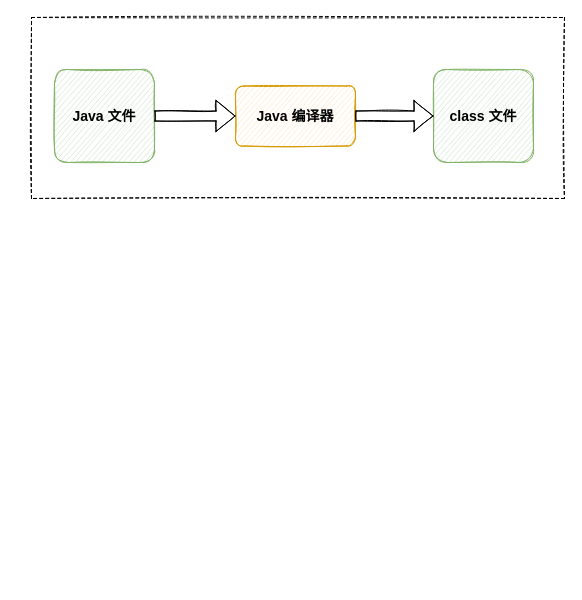
This is 类加载过程.drawio from LIULE8/drawio-store, a draw.io file, before an edit. Source tidied: cells renumbered, new cells numbered last; positions are measured from the earlier drawing's top-left corner, leaving out a move shared by most shapes. Both pictures are drawn from the tidied source at 100%, with x=0, y=0 at pixel (31, 17).
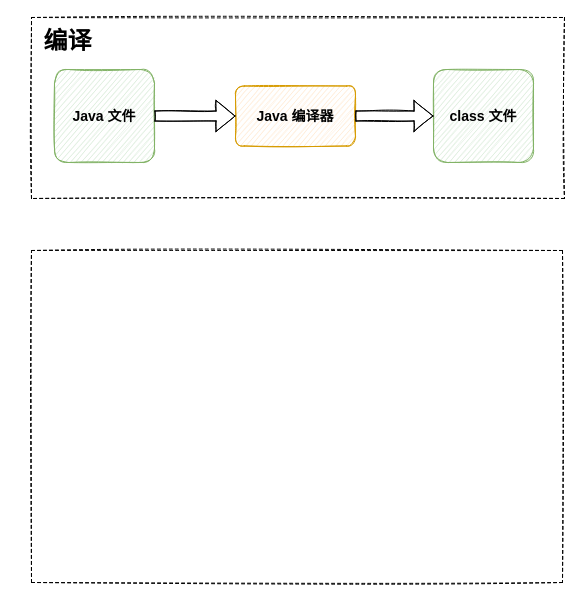
The same diagram, later.

Commit message:
更新类加载过程.drawio

The edit, as a diff of the source:
```diff
@@
 <mxGraphModel>
   <root>
     <mxCell id="0" />
     <mxCell id="1" parent="0" />
     <mxCell id="2" style="rounded=0;whiteSpace=wrap;html=1;sketch=1;dashed=1;strokeWidth=1;perimeterSpacing=0;" parent="1" vertex="1">
       <mxGeometry width="533" height="181" as="geometry" />
     </mxCell>
     <mxCell id="3" value="&lt;font style=&quot;font-size: 14px&quot;&gt;&lt;b&gt;Java 文件&lt;/b&gt;&lt;/font&gt;" style="rounded=1;whiteSpace=wrap;html=1;sketch=1;strokeWidth=1;fillColor=#d5e8d4;strokeColor=#82b366;" parent="1" vertex="1">
       <mxGeometry x="23" y="52" width="100" height="93" as="geometry" />
     </mxCell>
     <mxCell id="4" value="&lt;font style=&quot;font-size: 14px&quot;&gt;&lt;b&gt;class 文件&lt;/b&gt;&lt;/font&gt;" style="rounded=1;whiteSpace=wrap;html=1;sketch=1;strokeWidth=1;fillColor=#d5e8d4;strokeColor=#82b366;" parent="1" vertex="1">
       <mxGeometry x="402" y="52" width="100" height="93" as="geometry" />
     </mxCell>
     <mxCell id="5" value="&lt;font style=&quot;font-size: 14px&quot;&gt;&lt;b&gt;Java 编译器&lt;/b&gt;&lt;/font&gt;" style="rounded=1;whiteSpace=wrap;html=1;sketch=1;strokeWidth=1;fillColor=#ffe6cc;strokeColor=#d79b00;" parent="1" vertex="1">
       <mxGeometry x="204" y="68.5" width="120" height="60" as="geometry" />
     </mxCell>
     <mxCell id="6" style="shape=flexArrow;endArrow=classic;html=1;rounded=0;sketch=1;fontSize=14;entryX=0;entryY=0.5;entryDx=0;entryDy=0;" parent="1" edge="1" source="3" target="5">
       <mxGeometry relative="1" as="geometry" />
     </mxCell>
     <mxCell id="7" style="shape=flexArrow;endArrow=classic;html=1;rounded=0;sketch=1;fontSize=14;exitX=1;exitY=0.5;exitDx=0;exitDy=0;entryX=0;entryY=0.5;entryDx=0;entryDy=0;" parent="1" edge="1" source="5" target="4">
       <mxGeometry relative="1" as="geometry" />
     </mxCell>
+    <mxCell id="8" value="编译" style="text;strokeColor=none;fillColor=none;html=1;fontSize=24;fontStyle=1;verticalAlign=middle;align=center;sketch=1;" parent="1" vertex="1">
+      <mxGeometry x="-14" y="4" width="100" height="40" as="geometry" />
+    </mxCell>
+    <mxCell id="9" style="rounded=0;whiteSpace=wrap;html=1;sketch=1;fontSize=14;strokeWidth=1;dashed=1;" parent="1" vertex="1">
+      <mxGeometry y="233" width="531" height="332" as="geometry" />
+    </mxCell>
   </root>
 </mxGraphModel>
```
